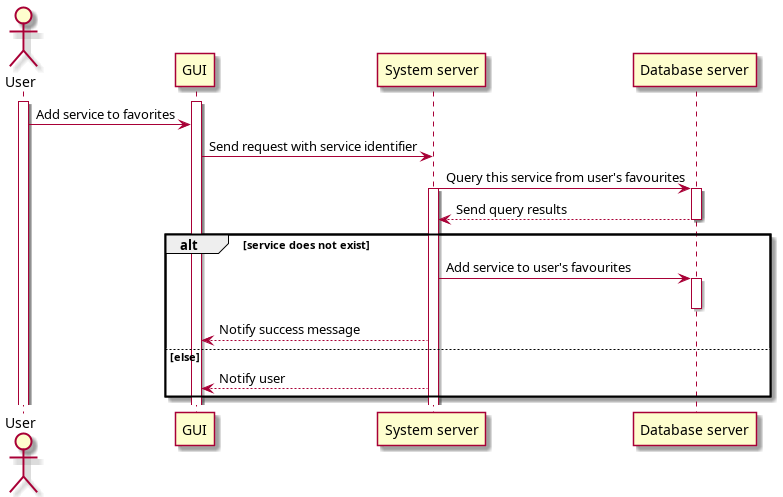
Above: rapport/uml/images/sequence/add_favourites.png in techguyseli/touristy (PlantUML), before the change. Its diagram source:
```plantuml
@startuml add_favourites
actor User as usr
participant "GUI" as fr
participant "System server" as sys
participant "Database server" as db
activate usr
activate fr
usr -> fr : Add service to favorites
fr -> sys : Send request with service identifier
sys -> db : Query this service from user's favourites
activate sys
activate db
db --> sys : Send query results
deactivate db
alt service does not exist
    sys -> db : Add service to user's favourites
    activate db
    deactivate db
    sys --> fr : Notify success message
else else
    sys --> fr : Notify user
end
@enduml
```
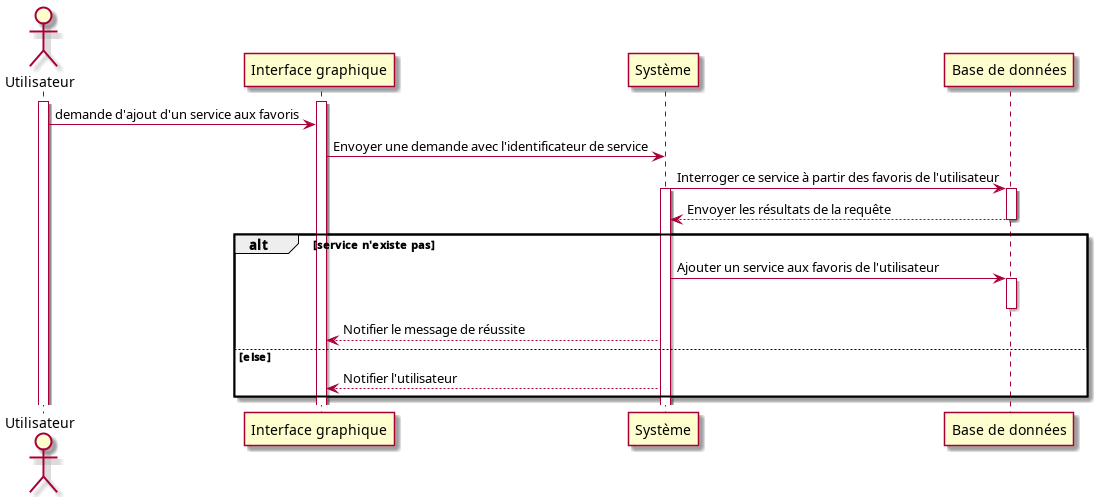
The same file after the commit.

What changed in the source:
```diff
@@ -1,23 +1,23 @@
 @startuml add_favourites
-actor User as usr
-participant "GUI" as fr
-participant "System server" as sys
-participant "Database server" as db
+actor Utilisateur as usr
+participant "Interface graphique" as fr
+participant "Système" as sys
+participant "Base de données" as db
 activate usr
 activate fr
-usr -> fr : Add service to favorites
-fr -> sys : Send request with service identifier
-sys -> db : Query this service from user's favourites
+usr -> fr : demande d'ajout d'un service aux favoris
+fr -> sys : Envoyer une demande avec l'identificateur de service
+sys -> db : Interroger ce service à partir des favoris de l'utilisateur
 activate sys
 activate db
-db --> sys : Send query results
+db --> sys : Envoyer les résultats de la requête
 deactivate db
-alt service does not exist
-    sys -> db : Add service to user's favourites
+alt service n'existe pas
+    sys -> db : Ajouter un service aux favoris de l'utilisateur
     activate db
     deactivate db
-    sys --> fr : Notify success message
+    sys --> fr : Notifier le message de réussite
 else else
-    sys --> fr : Notify user
+    sys --> fr : Notifier l'utilisateur
 end
 @enduml
```
